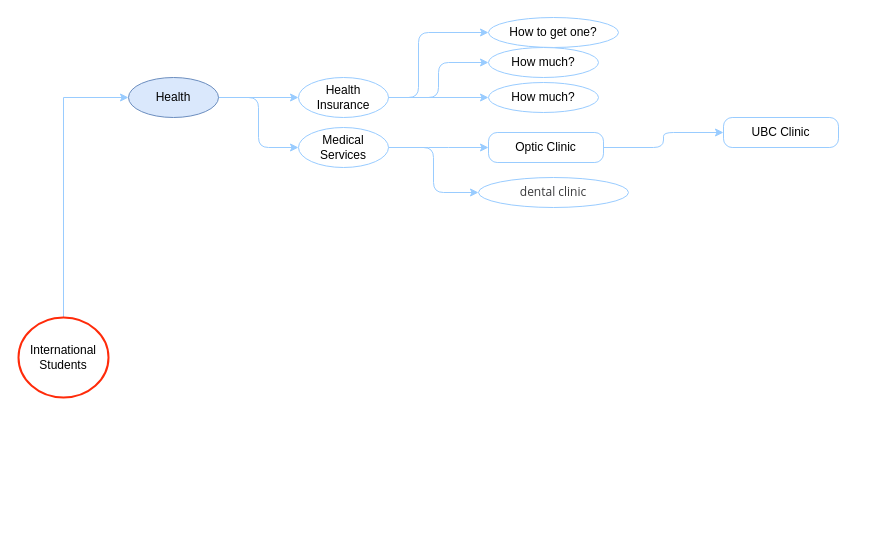
This is Untitled Diagram.drawio from Elaheh-sharafian/portfolio, a draw.io file, before an edit. Source tidied: cells renumbered, new cells numbered last; positions are measured from the earlier drawing's top-left corner, leaving out a move shared by most shapes. Both pictures are drawn from the tidied source at 100%, with x=0, y=0 at pixel (18, 17).
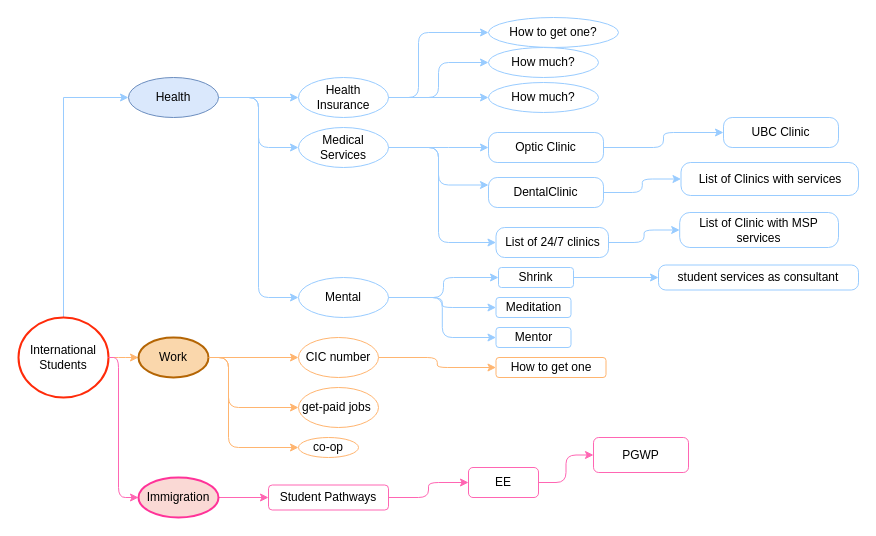
After the change.

Unchanged cells that the change refers to:
```xml
<mxCell id="3" value="International &lt;br&gt;Students" style="ellipse;whiteSpace=wrap;html=1;strokeWidth=2;strokeColor=#FF2B0A;" parent="1" vertex="1">
  <mxGeometry y="300" width="90" height="80" as="geometry" />
</mxCell>
<mxCell id="6" value="Health" style="ellipse;whiteSpace=wrap;html=1;fillColor=#dae8fc;strokeColor=#6c8ebf;" parent="1" vertex="1">
  <mxGeometry x="110" y="60" width="90" height="40" as="geometry" />
</mxCell>
<mxCell id="17" value="Medical Services" style="ellipse;whiteSpace=wrap;html=1;strokeColor=#99CCFF;" parent="1" vertex="1">
  <mxGeometry x="280" y="110" width="90" height="40" as="geometry" />
</mxCell>
```

Diff of the diagram source:
```diff
@@
+    <mxCell id="22" style="edgeStyle=orthogonalEdgeStyle;rounded=1;jettySize=auto;html=1;strokeColor=#FFB570;" parent="1" edge="1" source="3" target="42">
+      <mxGeometry relative="1" as="geometry" />
+    </mxCell>
@@
+    <mxCell id="23" style="edgeStyle=orthogonalEdgeStyle;rounded=1;jettySize=auto;html=1;strokeColor=#99CCFF;entryX=0;entryY=0.5;entryDx=0;entryDy=0;" parent="1" edge="1" source="6" target="34">
+      <mxGeometry relative="1" as="geometry" />
+    </mxCell>
@@
-    <mxCell id="15" style="edgeStyle=orthogonalEdgeStyle;rounded=1;jettySize=auto;html=1;entryX=0;entryY=0.5;entryDx=0;entryDy=0;strokeColor=#99CCFF;" parent="1" edge="1" source="17" target="19">
+    <mxCell id="15" style="edgeStyle=orthogonalEdgeStyle;rounded=1;jettySize=auto;html=1;entryX=0;entryY=0.25;entryDx=0;entryDy=0;strokeColor=#99CCFF;" parent="1" edge="1" source="17" target="26">
       <mxGeometry relative="1" as="geometry" />
     </mxCell>
@@
+    <mxCell id="24" style="edgeStyle=orthogonalEdgeStyle;rounded=1;jettySize=auto;html=1;exitX=1;exitY=0.5;exitDx=0;exitDy=0;entryX=0;entryY=0.5;entryDx=0;entryDy=0;strokeColor=#99CCFF;" parent="1" edge="1" source="17" target="29">
+      <mxGeometry relative="1" as="geometry">
+        <Array as="points">
+          <mxPoint x="420" y="130" />
+          <mxPoint x="420" y="225" />
+        </Array>
+      </mxGeometry>
+    </mxCell>
@@
-    <mxCell id="19" value="&lt;span style=&quot;color: rgb(58 , 58 , 60) ; font-family: &amp;#34;open sans&amp;#34; ; background-color: rgb(255 , 255 , 255)&quot;&gt;dental clinic&lt;/span&gt;" style="ellipse;whiteSpace=wrap;html=1;strokeColor=#99CCFF;" parent="1" vertex="1">
-      <mxGeometry x="460" y="160" width="150" height="30" as="geometry" />
-    </mxCell>
@@
+    <mxCell id="25" style="edgeStyle=orthogonalEdgeStyle;rounded=1;jettySize=auto;html=1;strokeColor=#99CCFF;" parent="1" edge="1" source="26" target="27">
+      <mxGeometry relative="1" as="geometry" />
+    </mxCell>
+    <mxCell id="26" value="DentalClinic" style="whiteSpace=wrap;html=1;strokeColor=#99CCFF;rounded=1;arcSize=29;" parent="1" vertex="1">
+      <mxGeometry x="470" y="160" width="115" height="30" as="geometry" />
+    </mxCell>
+    <mxCell id="27" value="List of Clinics with services" style="whiteSpace=wrap;html=1;rounded=1;strokeColor=#99CCFF;arcSize=29;" parent="1" vertex="1">
+      <mxGeometry x="662.5" y="145" width="177.5" height="33" as="geometry" />
+    </mxCell>
+    <mxCell id="28" style="edgeStyle=orthogonalEdgeStyle;rounded=1;jettySize=auto;html=1;strokeColor=#99CCFF;" parent="1" edge="1" source="29" target="30">
+      <mxGeometry relative="1" as="geometry" />
+    </mxCell>
+    <mxCell id="29" value="List of 24/7 clinics" style="whiteSpace=wrap;html=1;strokeColor=#99CCFF;rounded=1;arcSize=29;" parent="1" vertex="1">
+      <mxGeometry x="477.5" y="210" width="112.5" height="30" as="geometry" />
+    </mxCell>
+    <mxCell id="30" value="List of Clinic with MSP services" style="whiteSpace=wrap;html=1;rounded=1;strokeColor=#99CCFF;arcSize=29;" parent="1" vertex="1">
+      <mxGeometry x="661.2" y="195" width="158.8" height="35" as="geometry" />
+    </mxCell>
+    <mxCell id="31" style="edgeStyle=orthogonalEdgeStyle;rounded=1;jettySize=auto;html=1;strokeColor=#99CCFF;" parent="1" edge="1" source="34" target="36">
+      <mxGeometry relative="1" as="geometry" />
+    </mxCell>
+    <mxCell id="32" style="edgeStyle=orthogonalEdgeStyle;rounded=1;jettySize=auto;html=1;strokeColor=#99CCFF;entryX=0;entryY=0.5;entryDx=0;entryDy=0;" parent="1" edge="1" source="34" target="37">
+      <mxGeometry relative="1" as="geometry" />
+    </mxCell>
+    <mxCell id="33" style="edgeStyle=orthogonalEdgeStyle;rounded=1;jettySize=auto;html=1;entryX=0;entryY=0.5;entryDx=0;entryDy=0;strokeColor=#99CCFF;" parent="1" edge="1" source="34" target="38">
+      <mxGeometry relative="1" as="geometry" />
+    </mxCell>
+    <mxCell id="34" value="Mental" style="ellipse;whiteSpace=wrap;html=1;strokeColor=#99CCFF;" parent="1" vertex="1">
+      <mxGeometry x="280" y="260" width="90" height="40" as="geometry" />
+    </mxCell>
+    <mxCell id="35" style="edgeStyle=orthogonalEdgeStyle;rounded=1;jettySize=auto;html=1;strokeColor=#99CCFF;" parent="1" edge="1" source="36" target="39">
+      <mxGeometry relative="1" as="geometry" />
+    </mxCell>
+    <mxCell id="36" value="Shrink" style="whiteSpace=wrap;html=1;strokeColor=#99CCFF;rounded=1;" parent="1" vertex="1">
+      <mxGeometry x="480" y="250" width="75" height="20" as="geometry" />
+    </mxCell>
+    <mxCell id="37" value="Meditation" style="whiteSpace=wrap;html=1;strokeColor=#99CCFF;rounded=1;" parent="1" vertex="1">
+      <mxGeometry x="477.5" y="280" width="75" height="20" as="geometry" />
+    </mxCell>
+    <mxCell id="38" value="Mentor" style="whiteSpace=wrap;html=1;strokeColor=#99CCFF;rounded=1;" parent="1" vertex="1">
+      <mxGeometry x="477.5" y="310" width="75" height="20" as="geometry" />
+    </mxCell>
+    <mxCell id="39" value="student services as consultant" style="whiteSpace=wrap;html=1;rounded=1;strokeColor=#99CCFF;arcSize=29;" parent="1" vertex="1">
+      <mxGeometry x="640" y="247.5" width="200" height="25" as="geometry" />
+    </mxCell>
+    <mxCell id="40" style="edgeStyle=orthogonalEdgeStyle;rounded=1;jettySize=auto;html=1;strokeColor=#FFB570;entryX=0;entryY=0.5;entryDx=0;entryDy=0;" parent="1" edge="1" source="42" target="44">
+      <mxGeometry relative="1" as="geometry" />
+    </mxCell>
+    <mxCell id="41" style="edgeStyle=orthogonalEdgeStyle;rounded=1;jettySize=auto;html=1;strokeColor=#FFB570;exitX=1;exitY=0.5;exitDx=0;exitDy=0;entryX=0;entryY=0.5;entryDx=0;entryDy=0;" parent="1" edge="1" source="42" target="46">
+      <mxGeometry relative="1" as="geometry">
+        <Array as="points">
+          <mxPoint x="210" y="340" />
+          <mxPoint x="210" y="390" />
+        </Array>
+      </mxGeometry>
+    </mxCell>
+    <mxCell id="42" value="Work" style="ellipse;whiteSpace=wrap;html=1;strokeWidth=2;strokeColor=#b46504;fillColor=#fad7ac;" parent="1" vertex="1">
+      <mxGeometry x="120" y="320" width="70" height="40" as="geometry" />
+    </mxCell>
+    <mxCell id="43" style="edgeStyle=orthogonalEdgeStyle;rounded=1;jettySize=auto;html=1;strokeColor=#FFB570;entryX=0;entryY=0.5;entryDx=0;entryDy=0;" parent="1" edge="1" source="44" target="45">
+      <mxGeometry relative="1" as="geometry" />
+    </mxCell>
+    <mxCell id="44" value="CIC number" style="ellipse;whiteSpace=wrap;html=1;strokeColor=#FFB570;" parent="1" vertex="1">
+      <mxGeometry x="280" y="320" width="80" height="40" as="geometry" />
+    </mxCell>
+    <mxCell id="45" value="How to get one" style="whiteSpace=wrap;html=1;rounded=1;strokeColor=#FFB570;" parent="1" vertex="1">
+      <mxGeometry x="477.5" y="340" width="110" height="20" as="geometry" />
+    </mxCell>
+    <mxCell id="46" value="get-paid jobs&amp;nbsp;" style="ellipse;whiteSpace=wrap;html=1;strokeColor=#FFB570;" parent="1" vertex="1">
+      <mxGeometry x="280" y="370" width="80" height="40" as="geometry" />
+    </mxCell>
+    <mxCell id="47" value="co-op" style="ellipse;whiteSpace=wrap;html=1;strokeColor=#FFB570;" parent="1" vertex="1">
+      <mxGeometry x="280" y="420" width="60" height="20" as="geometry" />
+    </mxCell>
+    <mxCell id="48" style="edgeStyle=orthogonalEdgeStyle;rounded=1;jettySize=auto;html=1;strokeColor=#FFB570;exitX=1;exitY=0.5;exitDx=0;exitDy=0;entryX=0;entryY=0.5;entryDx=0;entryDy=0;" parent="1" edge="1" source="42" target="47">
+      <mxGeometry relative="1" as="geometry">
+        <Array as="points">
+          <mxPoint x="210" y="340" />
+          <mxPoint x="210" y="430" />
+        </Array>
+      </mxGeometry>
+    </mxCell>
+    <mxCell id="49" style="edgeStyle=orthogonalEdgeStyle;rounded=1;jettySize=auto;html=1;exitX=1;exitY=0.5;exitDx=0;exitDy=0;strokeColor=#FF66B3;" parent="1" edge="1" source="3" target="51">
+      <mxGeometry relative="1" as="geometry">
+        <Array as="points">
+          <mxPoint x="100" y="340" />
+          <mxPoint x="100" y="480" />
+        </Array>
+      </mxGeometry>
+    </mxCell>
+    <mxCell id="50" style="edgeStyle=orthogonalEdgeStyle;rounded=1;jettySize=auto;html=1;strokeColor=#FF66B3;" parent="1" edge="1" source="51" target="53">
+      <mxGeometry relative="1" as="geometry" />
+    </mxCell>
+    <mxCell id="51" value="Immigration" style="ellipse;whiteSpace=wrap;html=1;strokeWidth=2;fillColor=#fad9d5;strokeColor=#FF3399;" parent="1" vertex="1">
+      <mxGeometry x="120" y="460" width="80" height="40" as="geometry" />
+    </mxCell>
+    <mxCell id="52" style="edgeStyle=orthogonalEdgeStyle;rounded=1;jettySize=auto;html=1;strokeColor=#FF66B3;" parent="1" edge="1" source="53" target="55">
+      <mxGeometry relative="1" as="geometry" />
+    </mxCell>
+    <mxCell id="53" value="Student Pathways" style="whiteSpace=wrap;html=1;strokeWidth=1;rounded=1;strokeColor=#FF66B3;" parent="1" vertex="1">
+      <mxGeometry x="250" y="467.5" width="120" height="25" as="geometry" />
+    </mxCell>
+    <mxCell id="54" style="edgeStyle=orthogonalEdgeStyle;rounded=1;jettySize=auto;html=1;strokeColor=#FF66B3;" parent="1" edge="1" source="55" target="56">
+      <mxGeometry relative="1" as="geometry" />
+    </mxCell>
+    <mxCell id="55" value="EE" style="whiteSpace=wrap;html=1;rounded=1;strokeColor=#FF66B3;strokeWidth=1;" parent="1" vertex="1">
+      <mxGeometry x="450" y="450" width="70" height="30" as="geometry" />
+    </mxCell>
+    <mxCell id="56" value="PGWP" style="whiteSpace=wrap;html=1;rounded=1;strokeColor=#FF66B3;strokeWidth=1;" parent="1" vertex="1">
+      <mxGeometry x="575" y="420" width="95" height="35" as="geometry" />
+    </mxCell>
```
